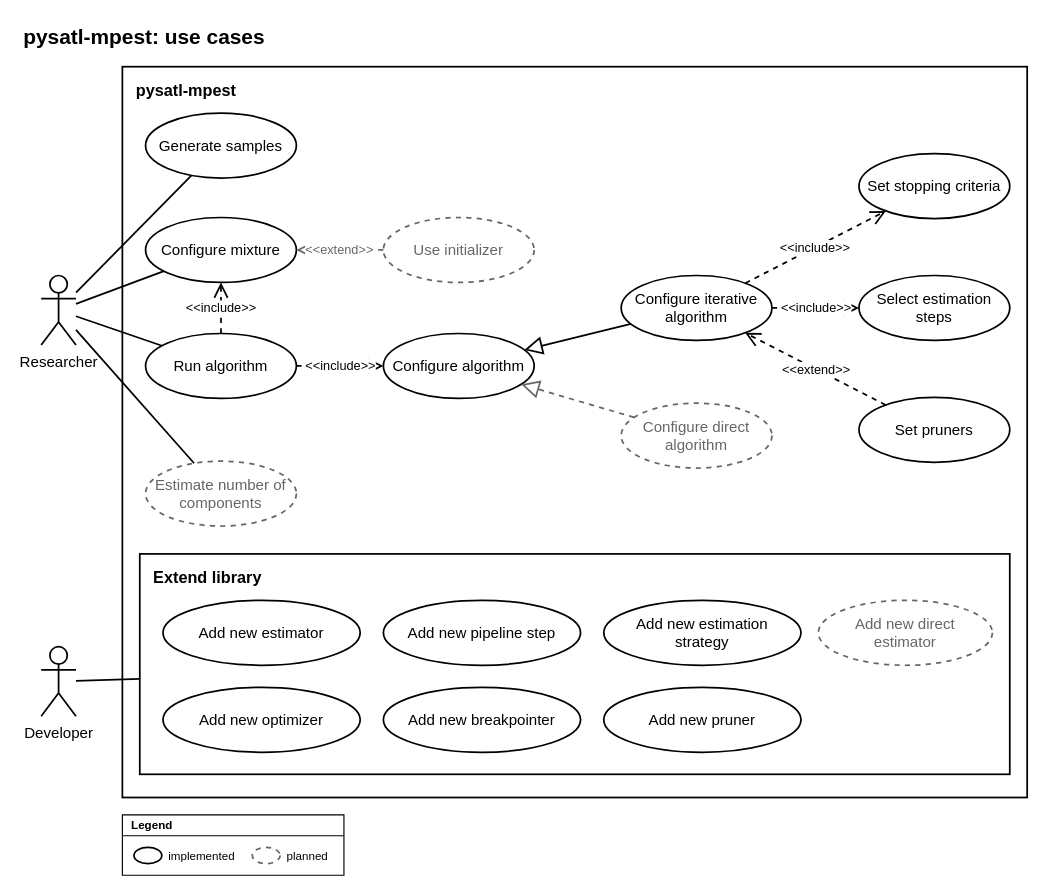
PySATL/pysatl-mpest keeps this draw.io diagram as docs_new/source/design/diagrams/usecases.drawio. Above is the earlier version. Source tidied: cells renumbered, new cells numbered last; positions are measured from the earlier drawing's top-left corner, leaving out a move shared by most shapes. Both pictures are drawn from the tidied source at 116%, with x=0, y=0 at pixel (23, 20).
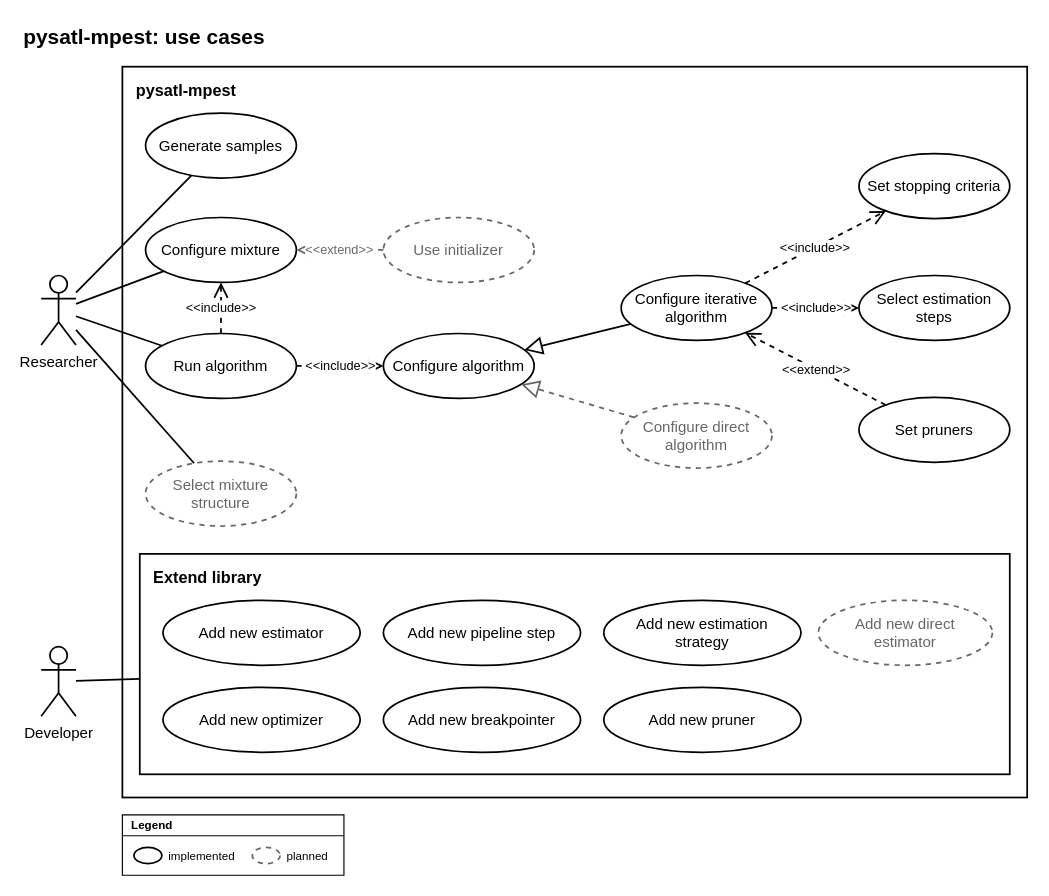
The same page after the edit.

Commit message (it also covers changes not shown here):
docs: soften diagram height limit and rename structure selection use case

What changed in the source:
```diff
@@
-    <mxCell id="16" value="Estimate number of components" style="ellipse;whiteSpace=wrap;html=1;fillColor=#ffffff;strokeColor=#666666;strokeWidth=1.5;dashed=1;fontSize=13;fontFamily=Helvetica;fontColor=#666666;" parent="1" vertex="1">
+    <mxCell id="16" value="Select mixture structure" style="ellipse;whiteSpace=wrap;html=1;fillColor=#ffffff;strokeColor=#666666;strokeWidth=1.5;dashed=1;fontSize=13;fontFamily=Helvetica;fontColor=#666666;" parent="1" vertex="1">
       <mxGeometry x="105" y="380" width="130" height="56" as="geometry" />
     </mxCell>
```
